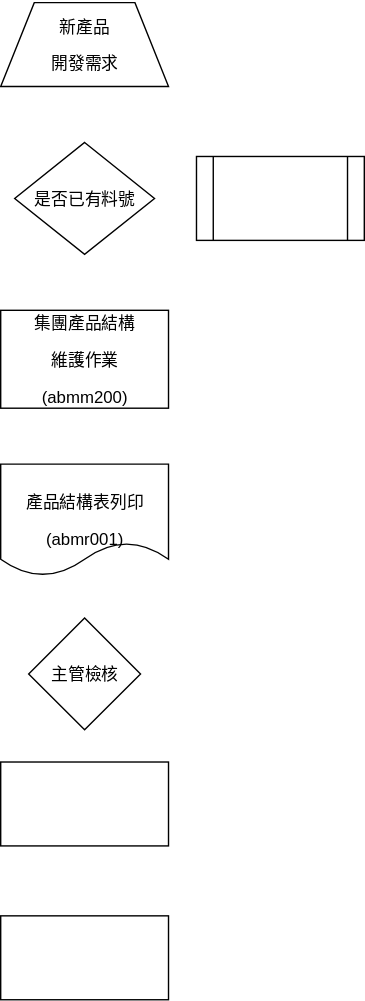
The draw.io diagram ver01/SOP_ABM001.svg in ft2017/sop, before a commit. Source tidied: cells renumbered, new cells last; positions are measured from the earlier drawing's top-left corner, leaving out a move shared by most shapes. Its diagram source:
```xml
<mxGraphModel background="#ffffff">
  <root>
    <mxCell id="0" />
    <mxCell id="1" parent="0" />
    <mxCell id="2" value="&lt;p align=&quot;center&quot;&gt;&lt;span lang=&quot;ZH-TW&quot;&gt;新產品&lt;/span&gt;&lt;/p&gt;&lt;p align=&quot;center&quot;&gt;&lt;span lang=&quot;ZH-TW&quot;&gt;開發需求&lt;/span&gt;&lt;/p&gt;" style="shape=trapezoid;whiteSpace=wrap;html=1;" parent="1" vertex="1">
      <mxGeometry width="120" height="60" as="geometry" />
    </mxCell>
    <mxCell id="3" value="&lt;p align=&quot;center&quot;&gt;&lt;span lang=&quot;ZH-TW&quot;&gt;是否已有料號&lt;/span&gt;&lt;/p&gt;" style="rhombus;whiteSpace=wrap;html=1;" parent="1" vertex="1">
      <mxGeometry x="10" y="100" width="100" height="80" as="geometry" />
    </mxCell>
    <mxCell id="4" value="&lt;p align=&quot;center&quot;&gt;&lt;span lang=&quot;ZH-TW&quot;&gt;集團產品結構&lt;/span&gt;&lt;/p&gt;&lt;p align=&quot;center&quot;&gt;&lt;span&gt;維護作業&lt;/span&gt;&lt;/p&gt;&lt;p align=&quot;center&quot;&gt;&lt;span lang=&quot;EN-US&quot;&gt;(abmm200)&lt;/span&gt;&lt;/p&gt;" style="whiteSpace=wrap;html=1;" parent="1" vertex="1">
      <mxGeometry y="220" width="120" height="70" as="geometry" />
    </mxCell>
    <mxCell id="5" value="&lt;p align=&quot;center&quot;&gt;&lt;span lang=&quot;ZH-TW&quot;&gt;產品結構表列印&lt;/span&gt;&lt;/p&gt;&lt;p align=&quot;center&quot;&gt;&lt;span lang=&quot;EN-US&quot;&gt;(abmr001)&lt;/span&gt;&lt;/p&gt;" style="shape=document;whiteSpace=wrap;html=1;" parent="1" vertex="1">
      <mxGeometry y="330" width="120" height="80" as="geometry" />
    </mxCell>
    <mxCell id="6" style="whiteSpace=wrap;html=1;" parent="1" vertex="1">
      <mxGeometry y="543" width="120" height="60" as="geometry" />
    </mxCell>
    <mxCell id="7" style="whiteSpace=wrap;html=1;" parent="1" vertex="1">
      <mxGeometry y="653" width="120" height="60" as="geometry" />
    </mxCell>
    <mxCell id="8" style="shape=process;whiteSpace=wrap;html=1;" parent="1" vertex="1">
      <mxGeometry x="140" y="110" width="120" height="60" as="geometry" />
    </mxCell>
    <mxCell id="9" value="&lt;p align=&quot;center&quot;&gt;&lt;span lang=&quot;ZH-TW&quot;&gt;主管檢核&lt;/span&gt;&lt;/p&gt;" style="rhombus;whiteSpace=wrap;html=1;" parent="1" vertex="1">
      <mxGeometry x="20" y="440" width="80" height="80" as="geometry" />
    </mxCell>
  </root>
</mxGraphModel>
```
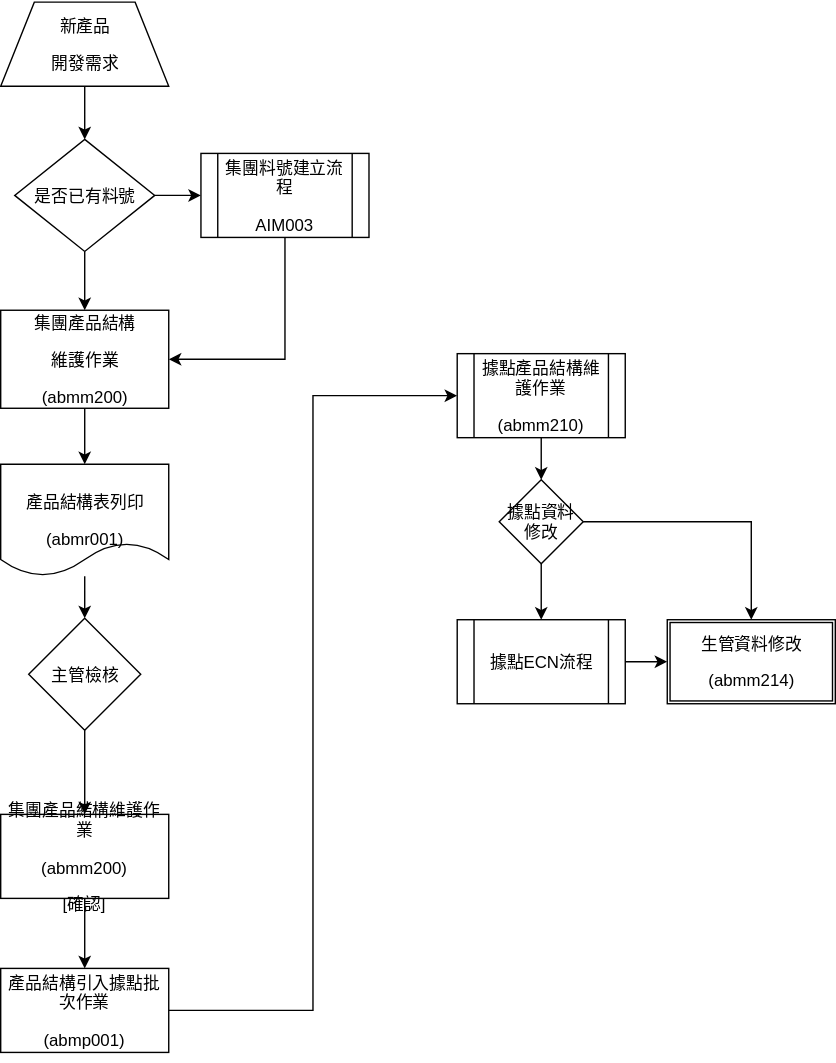
Later version of the same file.

Commit message:
sample ABM001

The edit, as a diff of the source:
```diff
@@ -2,29 +2,93 @@
   <root>
     <mxCell id="0" />
     <mxCell id="1" parent="0" />
+    <mxCell id="10" style="edgeStyle=orthogonalEdgeStyle;rounded=0;html=1;jettySize=auto;" parent="1" edge="1" source="2" target="3">
+      <mxGeometry relative="1" as="geometry" />
+    </mxCell>
     <mxCell id="2" value="&lt;p align=&quot;center&quot;&gt;&lt;span lang=&quot;ZH-TW&quot;&gt;新產品&lt;/span&gt;&lt;/p&gt;&lt;p align=&quot;center&quot;&gt;&lt;span lang=&quot;ZH-TW&quot;&gt;開發需求&lt;/span&gt;&lt;/p&gt;" style="shape=trapezoid;whiteSpace=wrap;html=1;" parent="1" vertex="1">
       <mxGeometry width="120" height="60" as="geometry" />
     </mxCell>
+    <mxCell id="11" style="edgeStyle=orthogonalEdgeStyle;rounded=0;html=1;jettySize=auto;" parent="1" edge="1" source="3" target="4">
+      <mxGeometry relative="1" as="geometry" />
+    </mxCell>
+    <mxCell id="12" style="edgeStyle=orthogonalEdgeStyle;rounded=0;html=1;jettySize=auto;" parent="1" edge="1" source="3" target="8">
+      <mxGeometry relative="1" as="geometry" />
+    </mxCell>
     <mxCell id="3" value="&lt;p align=&quot;center&quot;&gt;&lt;span lang=&quot;ZH-TW&quot;&gt;是否已有料號&lt;/span&gt;&lt;/p&gt;" style="rhombus;whiteSpace=wrap;html=1;" parent="1" vertex="1">
-      <mxGeometry x="10" y="100" width="100" height="80" as="geometry" />
+      <mxGeometry x="10" y="98" width="100" height="80" as="geometry" />
     </mxCell>
+    <mxCell id="13" style="edgeStyle=orthogonalEdgeStyle;rounded=0;html=1;jettySize=auto;" parent="1" edge="1" source="4" target="5">
+      <mxGeometry relative="1" as="geometry" />
+    </mxCell>
     <mxCell id="4" value="&lt;p align=&quot;center&quot;&gt;&lt;span lang=&quot;ZH-TW&quot;&gt;集團產品結構&lt;/span&gt;&lt;/p&gt;&lt;p align=&quot;center&quot;&gt;&lt;span&gt;維護作業&lt;/span&gt;&lt;/p&gt;&lt;p align=&quot;center&quot;&gt;&lt;span lang=&quot;EN-US&quot;&gt;(abmm200)&lt;/span&gt;&lt;/p&gt;" style="whiteSpace=wrap;html=1;" parent="1" vertex="1">
       <mxGeometry y="220" width="120" height="70" as="geometry" />
     </mxCell>
+    <mxCell id="14" style="edgeStyle=orthogonalEdgeStyle;rounded=0;html=1;jettySize=auto;" parent="1" edge="1" source="5" target="9">
+      <mxGeometry relative="1" as="geometry" />
+    </mxCell>
     <mxCell id="5" value="&lt;p align=&quot;center&quot;&gt;&lt;span lang=&quot;ZH-TW&quot;&gt;產品結構表列印&lt;/span&gt;&lt;/p&gt;&lt;p align=&quot;center&quot;&gt;&lt;span lang=&quot;EN-US&quot;&gt;(abmr001)&lt;/span&gt;&lt;/p&gt;" style="shape=document;whiteSpace=wrap;html=1;" parent="1" vertex="1">
       <mxGeometry y="330" width="120" height="80" as="geometry" />
     </mxCell>
+    <mxCell id="15" style="edgeStyle=orthogonalEdgeStyle;rounded=0;html=1;jettySize=auto;" parent="1" edge="1" source="6" target="7">
+      <mxGeometry relative="1" as="geometry" />
+    </mxCell>
-    <mxCell id="6" style="whiteSpace=wrap;html=1;" parent="1" vertex="1">
-      <mxGeometry y="543" width="120" height="60" as="geometry" />
+    <mxCell id="6" value="&lt;p align=&quot;center&quot;&gt;&lt;span lang=&quot;ZH-TW&quot;&gt;集團產品結構維護作業&lt;/span&gt;&lt;/p&gt;&lt;p align=&quot;center&quot;&gt;&lt;span lang=&quot;EN-US&quot;&gt;(abmm200)&lt;/span&gt;&lt;/p&gt;&lt;p align=&quot;center&quot;&gt;&lt;span lang=&quot;EN-US&quot;&gt;[&lt;/span&gt;&lt;span lang=&quot;ZH-TW&quot;&gt;確認&lt;/span&gt;&lt;span lang=&quot;EN-US&quot;&gt;]&lt;/span&gt;&lt;/p&gt;" style="whiteSpace=wrap;html=1;" parent="1" vertex="1">
+      <mxGeometry y="580" width="120" height="60" as="geometry" />
     </mxCell>
+    <mxCell id="16" style="edgeStyle=orthogonalEdgeStyle;rounded=0;html=1;entryX=0;entryY=0.5;jettySize=auto;" parent="1" edge="1" source="7" target="19">
+      <mxGeometry relative="1" as="geometry">
+        <Array as="points">
+          <mxPoint x="223" y="720" />
+          <mxPoint x="223" y="281" />
+        </Array>
+      </mxGeometry>
+    </mxCell>
-    <mxCell id="7" style="whiteSpace=wrap;html=1;" parent="1" vertex="1">
-      <mxGeometry y="653" width="120" height="60" as="geometry" />
+    <mxCell id="7" value="&lt;p align=&quot;center&quot;&gt;&lt;span lang=&quot;ZH-TW&quot;&gt;產品結構引入據點批次作業&lt;/span&gt;&lt;/p&gt;&lt;p align=&quot;center&quot;&gt;&lt;span lang=&quot;EN-US&quot;&gt;(abmp001)&lt;/span&gt;&lt;/p&gt;" style="whiteSpace=wrap;html=1;" parent="1" vertex="1">
+      <mxGeometry y="690" width="120" height="60" as="geometry" />
     </mxCell>
+    <mxCell id="17" style="edgeStyle=orthogonalEdgeStyle;rounded=0;html=1;entryX=1;entryY=0.5;jettySize=auto;" parent="1" edge="1" source="8" target="4">
+      <mxGeometry relative="1" as="geometry">
+        <Array as="points">
+          <mxPoint x="203" y="255" />
+        </Array>
+      </mxGeometry>
+    </mxCell>
-    <mxCell id="8" style="shape=process;whiteSpace=wrap;html=1;" parent="1" vertex="1">
-      <mxGeometry x="140" y="110" width="120" height="60" as="geometry" />
+    <mxCell id="8" value="&lt;p align=&quot;center&quot;&gt;&lt;span lang=&quot;ZH-TW&quot;&gt;集團料號建立流程&lt;/span&gt;&lt;/p&gt;&lt;p align=&quot;center&quot;&gt;&lt;span lang=&quot;EN-US&quot;&gt;AIM003&lt;/span&gt;&lt;/p&gt;" style="shape=process;whiteSpace=wrap;html=1;" parent="1" vertex="1">
+      <mxGeometry x="143" y="108" width="120" height="60" as="geometry" />
     </mxCell>
+    <mxCell id="18" style="edgeStyle=orthogonalEdgeStyle;rounded=0;html=1;jettySize=auto;" parent="1" edge="1" source="9" target="6">
+      <mxGeometry relative="1" as="geometry" />
+    </mxCell>
     <mxCell id="9" value="&lt;p align=&quot;center&quot;&gt;&lt;span lang=&quot;ZH-TW&quot;&gt;主管檢核&lt;/span&gt;&lt;/p&gt;" style="rhombus;whiteSpace=wrap;html=1;" parent="1" vertex="1">
       <mxGeometry x="20" y="440" width="80" height="80" as="geometry" />
     </mxCell>
+    <mxCell id="19" value="&lt;p align=&quot;center&quot;&gt;&lt;span lang=&quot;ZH-TW&quot;&gt;據點產品結構維護作業&lt;/span&gt;&lt;/p&gt;&lt;p align=&quot;center&quot;&gt;&lt;span lang=&quot;EN-US&quot;&gt;(abmm210)&lt;/span&gt;&lt;/p&gt;" style="shape=process;whiteSpace=wrap;html=1;" parent="1" vertex="1">
+      <mxGeometry x="326" y="251" width="120" height="60" as="geometry" />
+    </mxCell>
+    <mxCell id="20" style="edgeStyle=orthogonalEdgeStyle;rounded=0;html=1;jettySize=auto;" parent="1" edge="1" source="22" target="25">
+      <mxGeometry relative="1" as="geometry" />
+    </mxCell>
+    <mxCell id="21" style="edgeStyle=orthogonalEdgeStyle;rounded=0;html=1;jettySize=auto;entryX=0.5;entryY=0;" parent="1" edge="1" source="22" target="26">
+      <mxGeometry relative="1" as="geometry">
+        <Array as="points">
+          <mxPoint x="536" y="371" />
+        </Array>
+      </mxGeometry>
+    </mxCell>
+    <mxCell id="22" value="&lt;p align=&quot;center&quot;&gt;&lt;span lang=&quot;ZH-TW&quot;&gt;據點資料修改&lt;/span&gt;&lt;/p&gt;" style="rhombus;whiteSpace=wrap;html=1;" parent="1" vertex="1">
+      <mxGeometry x="356" y="341" width="60" height="60" as="geometry" />
+    </mxCell>
+    <mxCell id="23" style="edgeStyle=orthogonalEdgeStyle;rounded=0;html=1;jettySize=auto;" parent="1" edge="1" source="19" target="22">
+      <mxGeometry relative="1" as="geometry" />
+    </mxCell>
+    <mxCell id="24" style="edgeStyle=orthogonalEdgeStyle;rounded=0;html=1;jettySize=auto;" parent="1" edge="1" source="25" target="26">
+      <mxGeometry relative="1" as="geometry" />
+    </mxCell>
+    <mxCell id="25" value="&lt;p align=&quot;center&quot;&gt;&lt;span lang=&quot;ZH-TW&quot;&gt;據點&lt;/span&gt;&lt;span lang=&quot;EN-US&quot;&gt;ECN&lt;/span&gt;&lt;span lang=&quot;ZH-TW&quot;&gt;流程&lt;/span&gt;&lt;/p&gt;" style="shape=process;whiteSpace=wrap;html=1;" parent="1" vertex="1">
+      <mxGeometry x="326" y="441" width="120" height="60" as="geometry" />
+    </mxCell>
+    <mxCell id="26" value="&lt;p align=&quot;center&quot;&gt;&lt;span lang=&quot;ZH-TW&quot;&gt;生管資料修改&lt;/span&gt;&lt;/p&gt;&lt;p align=&quot;center&quot;&gt;&lt;span lang=&quot;EN-US&quot;&gt;(abmm214)&lt;/span&gt;&lt;/p&gt;" style="shape=ext;double=1;whiteSpace=wrap;html=1;" parent="1" vertex="1">
+      <mxGeometry x="476" y="441" width="120" height="60" as="geometry" />
+    </mxCell>
   </root>
 </mxGraphModel>
```
